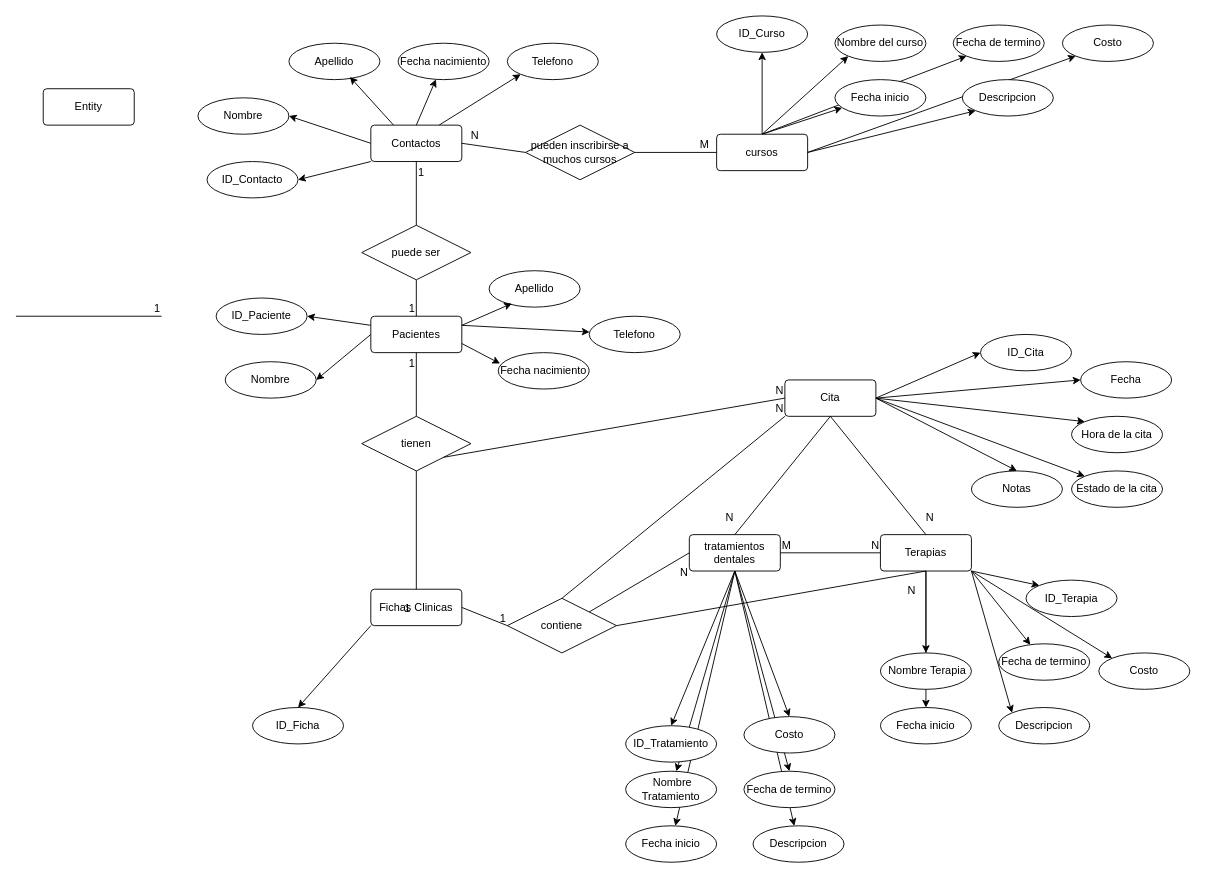
Earlier version of the draw.io diagram Diagrama sin título.drawio (Softrotx/SQL-50050ClaudioFuentes). Source tidied: cells renumbered, new cells numbered last; positions are measured from the earlier drawing's top-left corner, leaving out a move shared by most shapes. Both pictures are drawn from the tidied source at 91%, with x=0, y=0 at pixel (15, 15).
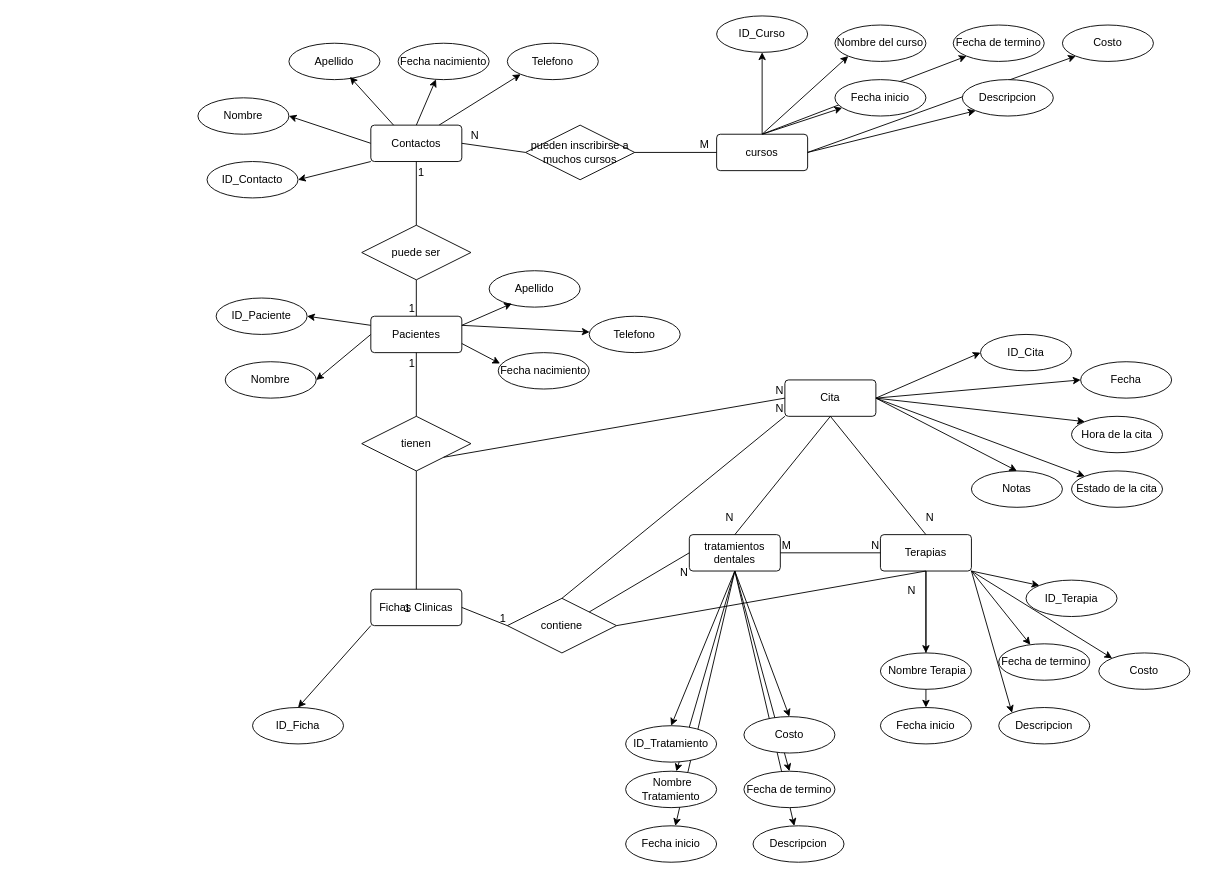
After the change.

Change to the diagram source:
```diff
@@
-    <mxCell id="2" value="Entity" style="rounded=1;arcSize=10;whiteSpace=wrap;html=1;align=center;" parent="1" vertex="1">
-      <mxGeometry x="30" y="80" width="100" height="40" as="geometry" />
-    </mxCell>
@@
-    <mxCell id="63" style="endArrow=none;html=1;rounded=0;" parent="1" edge="1">
-      <mxGeometry relative="1" as="geometry">
-        <mxPoint y="330" as="sourcePoint" />
-        <mxPoint x="160" y="330" as="targetPoint" />
-      </mxGeometry>
-    </mxCell>
-    <mxCell id="64" value="1" style="html=1;whiteSpace=wrap;align=right;verticalAlign=bottom;" parent="63" vertex="1">
-      <mxGeometry x="1" relative="1" as="geometry" />
-    </mxCell>
```
